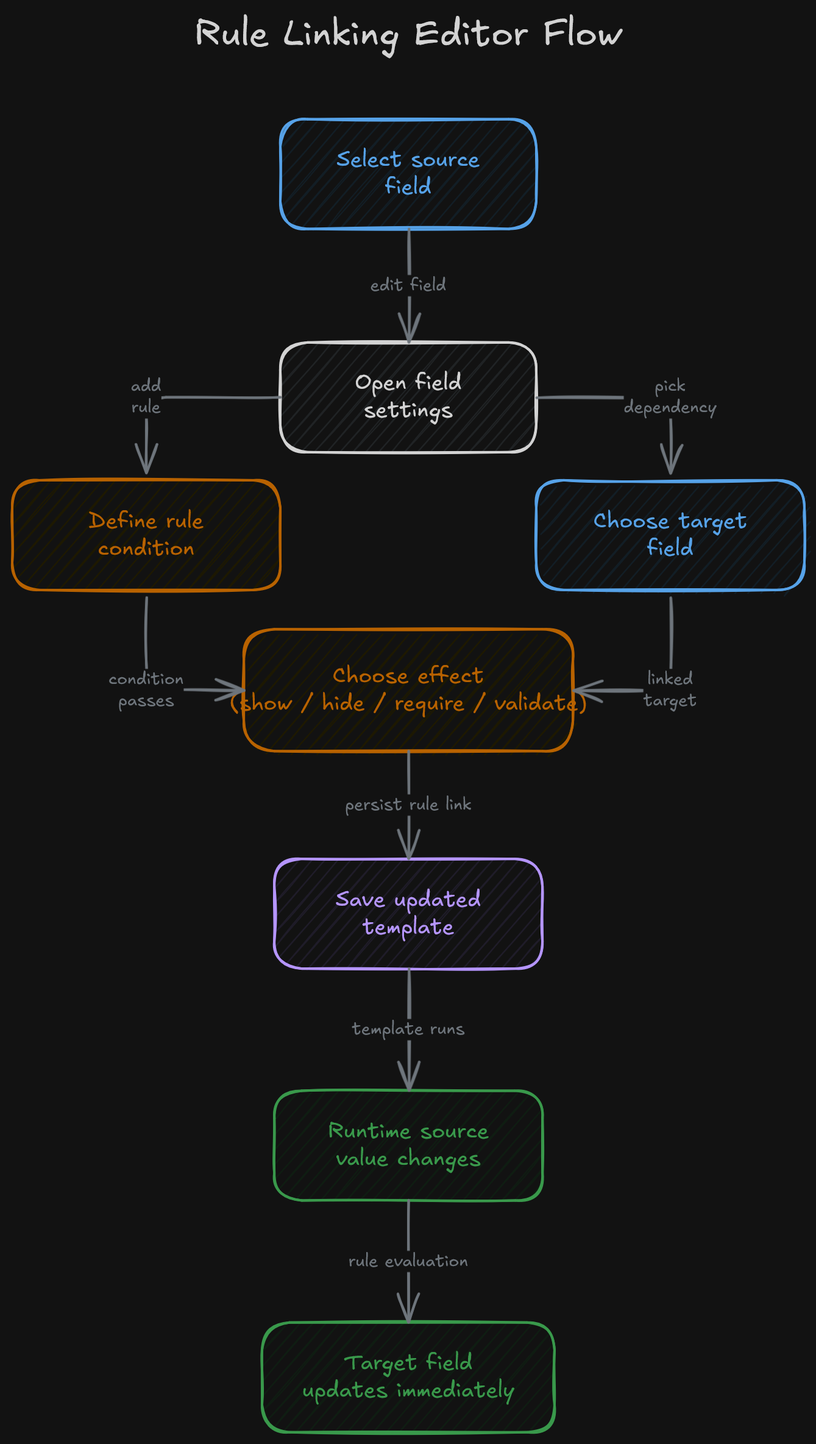
derekurban/derekurban.dev keeps this Excalidraw diagram as src/content/projects/no-code-form-authoring-tool/assets/diagrams/rule-linking-editor-flow.excalidraw.png. Above is the earlier version. Source tidied: one line per element, renumbered; positions are measured from the earlier drawing's top-left corner, leaving out a move shared by most shapes. Its diagram source:
```json
{"id": 0, "type": "text", "text": "Rule Linking Editor Flow", "strokeColor": "#1e1e1e", "strokeWidth": 2, "roughness": 1, "fontSize": 30, "fontFamily": 5, "textAlign": "center", "x": 149, "y": 0, "width": 352, "height": 38}
{"id": 1, "type": "rectangle", "strokeColor": "#1971c2", "backgroundColor": "#e7f5ff", "fillStyle": "hachure", "strokeWidth": 2, "roughness": 1, "round": true, "x": 220, "y": 88, "width": 210, "height": 90}
{"id": 2, "type": "text", "text": "Select source\nfield", "strokeColor": "#1971c2", "strokeWidth": 2, "roughness": 1, "fontSize": 18, "fontFamily": 5, "textAlign": "center", "verticalAlign": "middle", "inside": 1, "x": 232, "y": 110, "width": 186, "height": 45}
{"id": 3, "type": "rectangle", "strokeColor": "#1e1e1e", "backgroundColor": "#e9ecef", "fillStyle": "hachure", "strokeWidth": 2, "roughness": 1, "round": true, "x": 220, "y": 271, "width": 210, "height": 90}
{"id": 4, "type": "text", "text": "Open field\nsettings", "strokeColor": "#1e1e1e", "strokeWidth": 2, "roughness": 1, "fontSize": 18, "fontFamily": 5, "textAlign": "center", "verticalAlign": "middle", "inside": 3, "x": 232, "y": 293, "width": 186, "height": 45}
{"id": 5, "type": "rectangle", "strokeColor": "#f08c00", "backgroundColor": "#fff9db", "fillStyle": "hachure", "strokeWidth": 2, "roughness": 1, "round": true, "x": 0, "y": 384, "width": 220, "height": 90}
{"id": 6, "type": "text", "text": "Define rule\ncondition", "strokeColor": "#f08c00", "strokeWidth": 2, "roughness": 1, "fontSize": 18, "fontFamily": 5, "textAlign": "center", "verticalAlign": "middle", "inside": 5, "x": 12, "y": 406, "width": 196, "height": 45}
{"id": 7, "type": "rectangle", "strokeColor": "#1971c2", "backgroundColor": "#e7f5ff", "fillStyle": "hachure", "strokeWidth": 2, "roughness": 1, "round": true, "x": 430, "y": 384, "width": 220, "height": 90}
{"id": 8, "type": "text", "text": "Choose target\nfield", "strokeColor": "#1971c2", "strokeWidth": 2, "roughness": 1, "fontSize": 18, "fontFamily": 5, "textAlign": "center", "verticalAlign": "middle", "inside": 7, "x": 442, "y": 406, "width": 196, "height": 45}
{"id": 9, "type": "rectangle", "strokeColor": "#f08c00", "backgroundColor": "#fff9db", "fillStyle": "hachure", "strokeWidth": 2, "roughness": 1, "round": true, "x": 190, "y": 506, "width": 270, "height": 100}
{"id": 10, "type": "text", "text": "Choose effect\n(show / hide / require / validate)", "strokeColor": "#f08c00", "strokeWidth": 2, "roughness": 1, "fontSize": 18, "fontFamily": 5, "textAlign": "center", "verticalAlign": "middle", "inside": 9, "x": 202, "y": 534, "width": 246, "height": 45}
{"id": 11, "type": "rectangle", "strokeColor": "#6741d9", "backgroundColor": "#f3f0ff", "fillStyle": "hachure", "strokeWidth": 2, "roughness": 1, "round": true, "x": 215, "y": 695, "width": 220, "height": 90}
{"id": 12, "type": "text", "text": "Save updated\ntemplate", "strokeColor": "#6741d9", "strokeWidth": 2, "roughness": 1, "fontSize": 18, "fontFamily": 5, "textAlign": "center", "verticalAlign": "middle", "inside": 11, "x": 227, "y": 717, "width": 196, "height": 45}
{"id": 13, "type": "rectangle", "strokeColor": "#2f9e44", "backgroundColor": "#ebfbee", "fillStyle": "hachure", "strokeWidth": 2, "roughness": 1, "round": true, "x": 215, "y": 885, "width": 220, "height": 90}
{"id": 14, "type": "text", "text": "Runtime source\nvalue changes", "strokeColor": "#2f9e44", "strokeWidth": 2, "roughness": 1, "fontSize": 18, "fontFamily": 5, "textAlign": "center", "verticalAlign": "middle", "inside": 13, "x": 227, "y": 907, "width": 196, "height": 45}
{"id": 15, "type": "rectangle", "strokeColor": "#2f9e44", "backgroundColor": "#ebfbee", "fillStyle": "hachure", "strokeWidth": 2, "roughness": 1, "round": true, "x": 205, "y": 1075, "width": 240, "height": 90}
{"id": 16, "type": "text", "text": "Target field\nupdates immediately", "strokeColor": "#2f9e44", "strokeWidth": 2, "roughness": 1, "fontSize": 18, "fontFamily": 5, "textAlign": "center", "verticalAlign": "middle", "inside": 15, "x": 217, "y": 1097, "width": 216, "height": 45}
{"id": 17, "type": "arrow", "strokeColor": "#868e96", "strokeWidth": 2, "roughness": 1, "endArrowhead": "arrow", "from": 1, "to": 3, "x": 325, "y": 178, "width": 0, "height": 93, "points": [[0, 0], [0, 93]]}
{"id": 18, "type": "text", "text": "edit field", "strokeColor": "#868e96", "strokeWidth": 2, "roughness": 1, "fontSize": 14, "fontFamily": 5, "textAlign": "center", "verticalAlign": "middle", "inside": 17, "x": 278, "y": 202, "width": 62, "height": 18}
{"id": 19, "type": "arrow", "strokeColor": "#868e96", "strokeWidth": 2, "roughness": 1, "endArrowhead": "arrow", "from": 3, "to": 5, "x": 220, "y": 316, "width": 110, "height": 62, "points": [[0, 0], [-110, 0], [-110, 62]]}
{"id": 20, "type": "text", "text": "add\nrule", "strokeColor": "#868e96", "strokeWidth": 2, "roughness": 1, "fontSize": 14, "fontFamily": 5, "textAlign": "center", "verticalAlign": "middle", "inside": 19, "x": 97, "y": 298, "width": 25, "height": 35}
{"id": 21, "type": "arrow", "strokeColor": "#868e96", "strokeWidth": 2, "roughness": 1, "endArrowhead": "arrow", "from": 3, "to": 7, "x": 430, "y": 316, "width": 110, "height": 62, "points": [[0, 0], [110, 0], [110, 62]]}
{"id": 22, "type": "text", "text": "pick\ndependency", "strokeColor": "#868e96", "strokeWidth": 2, "roughness": 1, "fontSize": 14, "fontFamily": 5, "textAlign": "center", "verticalAlign": "middle", "inside": 21, "x": 502, "y": 298, "width": 76, "height": 35}
{"id": 23, "type": "arrow", "strokeColor": "#868e96", "strokeWidth": 2, "roughness": 1, "endArrowhead": "arrow", "from": 5, "to": 9, "x": 110, "y": 480, "width": 80, "height": 76, "points": [[0, 0], [0, 76], [80, 76]]}
{"id": 24, "type": "text", "text": "condition\npasses", "strokeColor": "#868e96", "strokeWidth": 2, "roughness": 1, "fontSize": 14, "fontFamily": 5, "textAlign": "center", "verticalAlign": "middle", "inside": 23, "x": 79, "y": 693, "width": 62, "height": 35}
{"id": 25, "type": "arrow", "strokeColor": "#868e96", "strokeWidth": 2, "roughness": 1, "endArrowhead": "arrow", "from": 7, "to": 9, "x": 540, "y": 480, "width": 80, "height": 76, "points": [[0, 0], [0, 76], [-80, 76]]}
{"id": 26, "type": "text", "text": "linked\ntarget", "strokeColor": "#868e96", "strokeWidth": 2, "roughness": 1, "fontSize": 14, "fontFamily": 5, "textAlign": "center", "verticalAlign": "middle", "inside": 25, "x": 518, "y": 693, "width": 44, "height": 35}
{"id": 27, "type": "arrow", "strokeColor": "#868e96", "strokeWidth": 2, "roughness": 1, "endArrowhead": "arrow", "from": 9, "to": 11, "x": 325, "y": 606, "width": 0, "height": 88, "points": [[0, 0], [0, 88]]}
{"id": 28, "type": "text", "text": "persist rule link", "strokeColor": "#868e96", "strokeWidth": 2, "roughness": 1, "fontSize": 14, "fontFamily": 5, "textAlign": "center", "verticalAlign": "middle", "inside": 27, "x": 265, "y": 772, "width": 104, "height": 18}
{"id": 29, "type": "arrow", "strokeColor": "#868e96", "strokeWidth": 2, "roughness": 1, "endArrowhead": "arrow", "from": 11, "to": 13, "x": 325, "y": 785, "width": 0, "height": 100, "points": [[0, 0], [0, 100]]}
{"id": 30, "type": "text", "text": "template runs", "strokeColor": "#868e96", "strokeWidth": 2, "roughness": 1, "fontSize": 14, "fontFamily": 5, "textAlign": "center", "verticalAlign": "middle", "inside": 29, "x": 276, "y": 947, "width": 93, "height": 18}
{"id": 31, "type": "arrow", "strokeColor": "#868e96", "strokeWidth": 2, "roughness": 1, "endArrowhead": "arrow", "from": 13, "to": 15, "x": 325, "y": 975, "width": 0, "height": 100, "points": [[0, 0], [0, 100]]}
{"id": 32, "type": "text", "text": "rule evaluation", "strokeColor": "#868e96", "strokeWidth": 2, "roughness": 1, "fontSize": 14, "fontFamily": 5, "textAlign": "center", "verticalAlign": "middle", "inside": 31, "x": 263, "y": 1117, "width": 98, "height": 18}
```
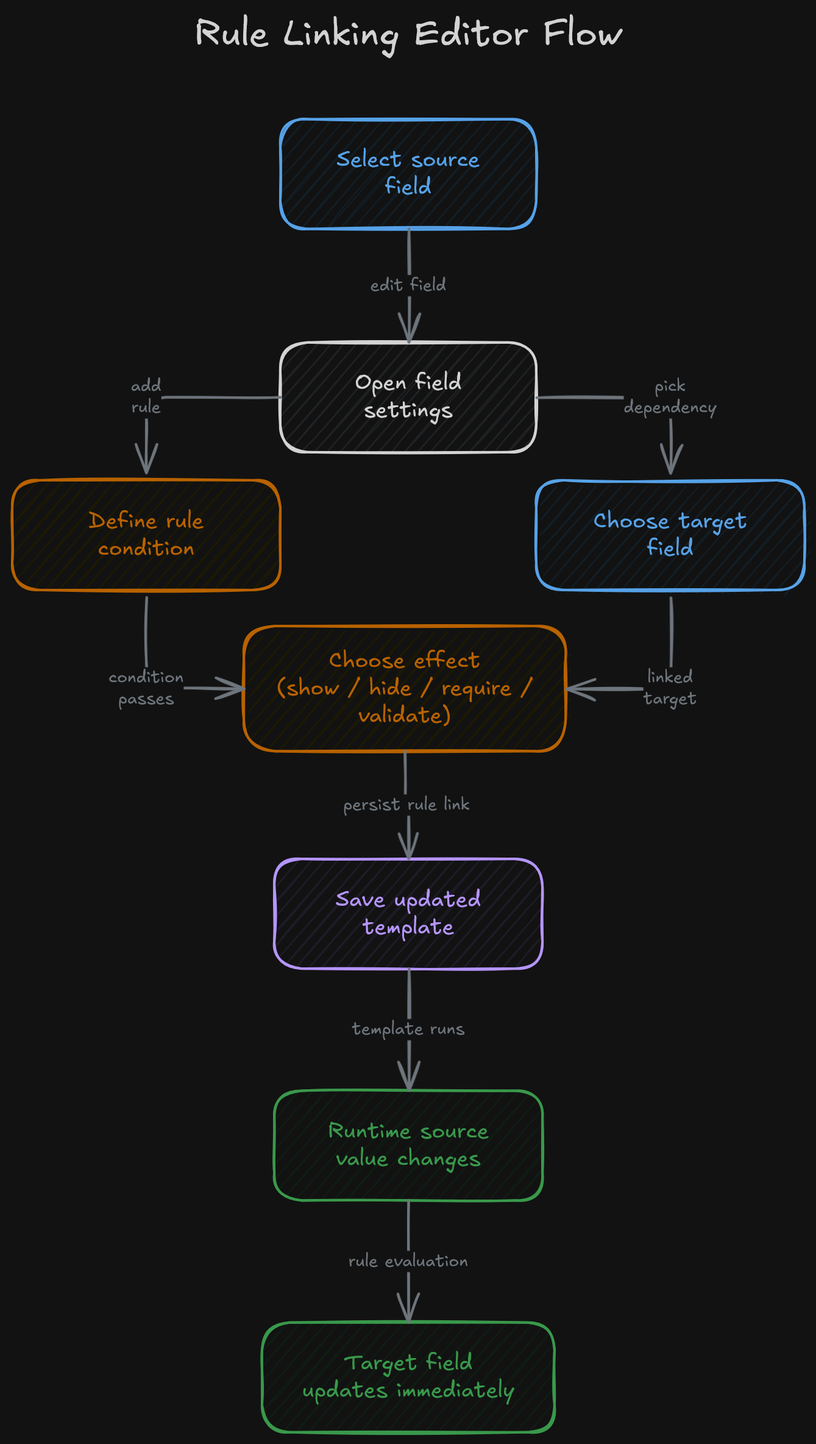
Above is the later version.

Change to the diagram source:
```diff
@@ -7,8 +7,8 @@
 {"id": 6, "type": "text", "text": "Define rule\ncondition", "strokeColor": "#f08c00", "strokeWidth": 2, "roughness": 1, "fontSize": 18, "fontFamily": 5, "textAlign": "center", "verticalAlign": "middle", "inside": 5, "x": 12, "y": 406, "width": 196, "height": 45}
 {"id": 7, "type": "rectangle", "strokeColor": "#1971c2", "backgroundColor": "#e7f5ff", "fillStyle": "hachure", "strokeWidth": 2, "roughness": 1, "round": true, "x": 430, "y": 384, "width": 220, "height": 90}
 {"id": 8, "type": "text", "text": "Choose target\nfield", "strokeColor": "#1971c2", "strokeWidth": 2, "roughness": 1, "fontSize": 18, "fontFamily": 5, "textAlign": "center", "verticalAlign": "middle", "inside": 7, "x": 442, "y": 406, "width": 196, "height": 45}
-{"id": 9, "type": "rectangle", "strokeColor": "#f08c00", "backgroundColor": "#fff9db", "fillStyle": "hachure", "strokeWidth": 2, "roughness": 1, "round": true, "x": 190, "y": 506, "width": 270, "height": 100}
+{"id": 9, "type": "rectangle", "strokeColor": "#f08c00", "backgroundColor": "#fff9db", "fillStyle": "hachure", "strokeWidth": 2, "roughness": 1, "round": true, "x": 190, "y": 504, "width": 264, "height": 103}
-{"id": 10, "type": "text", "text": "Choose effect\n(show / hide / require / validate)", "strokeColor": "#f08c00", "strokeWidth": 2, "roughness": 1, "fontSize": 18, "fontFamily": 5, "textAlign": "center", "verticalAlign": "middle", "inside": 9, "x": 202, "y": 534, "width": 246, "height": 45}
+{"id": 10, "type": "text", "text": "Choose effect\n(show / hide / require /\nvalidate)", "strokeColor": "#f08c00", "strokeWidth": 2, "roughness": 1, "fontSize": 18, "fontFamily": 5, "textAlign": "center", "verticalAlign": "middle", "inside": 9, "x": 217, "y": 521, "width": 210, "height": 68}
 {"id": 11, "type": "rectangle", "strokeColor": "#6741d9", "backgroundColor": "#f3f0ff", "fillStyle": "hachure", "strokeWidth": 2, "roughness": 1, "round": true, "x": 215, "y": 695, "width": 220, "height": 90}
 {"id": 12, "type": "text", "text": "Save updated\ntemplate", "strokeColor": "#6741d9", "strokeWidth": 2, "roughness": 1, "fontSize": 18, "fontFamily": 5, "textAlign": "center", "verticalAlign": "middle", "inside": 11, "x": 227, "y": 717, "width": 196, "height": 45}
 {"id": 13, "type": "rectangle", "strokeColor": "#2f9e44", "backgroundColor": "#ebfbee", "fillStyle": "hachure", "strokeWidth": 2, "roughness": 1, "round": true, "x": 215, "y": 885, "width": 220, "height": 90}
@@ -21,11 +21,11 @@
 {"id": 20, "type": "text", "text": "add\nrule", "strokeColor": "#868e96", "strokeWidth": 2, "roughness": 1, "fontSize": 14, "fontFamily": 5, "textAlign": "center", "verticalAlign": "middle", "inside": 19, "x": 97, "y": 298, "width": 25, "height": 35}
 {"id": 21, "type": "arrow", "strokeColor": "#868e96", "strokeWidth": 2, "roughness": 1, "endArrowhead": "arrow", "from": 3, "to": 7, "x": 430, "y": 316, "width": 110, "height": 62, "points": [[0, 0], [110, 0], [110, 62]]}
 {"id": 22, "type": "text", "text": "pick\ndependency", "strokeColor": "#868e96", "strokeWidth": 2, "roughness": 1, "fontSize": 14, "fontFamily": 5, "textAlign": "center", "verticalAlign": "middle", "inside": 21, "x": 502, "y": 298, "width": 76, "height": 35}
-{"id": 23, "type": "arrow", "strokeColor": "#868e96", "strokeWidth": 2, "roughness": 1, "endArrowhead": "arrow", "from": 5, "to": 9, "x": 110, "y": 480, "width": 80, "height": 76, "points": [[0, 0], [0, 76], [80, 76]]}
+{"id": 23, "type": "arrow", "strokeColor": "#868e96", "strokeWidth": 2, "roughness": 1, "endArrowhead": "arrow", "from": 5, "to": 9, "x": 110, "y": 480, "width": 80, "height": 75, "points": [[0, 0], [0, 75], [80, 75]]}
 {"id": 24, "type": "text", "text": "condition\npasses", "strokeColor": "#868e96", "strokeWidth": 2, "roughness": 1, "fontSize": 14, "fontFamily": 5, "textAlign": "center", "verticalAlign": "middle", "inside": 23, "x": 79, "y": 693, "width": 62, "height": 35}
-{"id": 25, "type": "arrow", "strokeColor": "#868e96", "strokeWidth": 2, "roughness": 1, "endArrowhead": "arrow", "from": 7, "to": 9, "x": 540, "y": 480, "width": 80, "height": 76, "points": [[0, 0], [0, 76], [-80, 76]]}
+{"id": 25, "type": "arrow", "strokeColor": "#868e96", "strokeWidth": 2, "roughness": 1, "endArrowhead": "arrow", "from": 7, "to": 9, "x": 540, "y": 480, "width": 86, "height": 75, "points": [[0, 0], [0, 75], [-86, 75]]}
 {"id": 26, "type": "text", "text": "linked\ntarget", "strokeColor": "#868e96", "strokeWidth": 2, "roughness": 1, "fontSize": 14, "fontFamily": 5, "textAlign": "center", "verticalAlign": "middle", "inside": 25, "x": 518, "y": 693, "width": 44, "height": 35}
-{"id": 27, "type": "arrow", "strokeColor": "#868e96", "strokeWidth": 2, "roughness": 1, "endArrowhead": "arrow", "from": 9, "to": 11, "x": 325, "y": 606, "width": 0, "height": 88, "points": [[0, 0], [0, 88]]}
+{"id": 27, "type": "arrow", "strokeColor": "#868e96", "strokeWidth": 2, "roughness": 1, "endArrowhead": "arrow", "from": 9, "to": 11, "x": 322, "y": 606, "width": 3, "height": 88, "points": [[0, 0], [0, 44], [3, 44], [3, 88]]}
 {"id": 28, "type": "text", "text": "persist rule link", "strokeColor": "#868e96", "strokeWidth": 2, "roughness": 1, "fontSize": 14, "fontFamily": 5, "textAlign": "center", "verticalAlign": "middle", "inside": 27, "x": 265, "y": 772, "width": 104, "height": 18}
 {"id": 29, "type": "arrow", "strokeColor": "#868e96", "strokeWidth": 2, "roughness": 1, "endArrowhead": "arrow", "from": 11, "to": 13, "x": 325, "y": 785, "width": 0, "height": 100, "points": [[0, 0], [0, 100]]}
 {"id": 30, "type": "text", "text": "template runs", "strokeColor": "#868e96", "strokeWidth": 2, "roughness": 1, "fontSize": 14, "fontFamily": 5, "textAlign": "center", "verticalAlign": "middle", "inside": 29, "x": 276, "y": 947, "width": 93, "height": 18}
```
